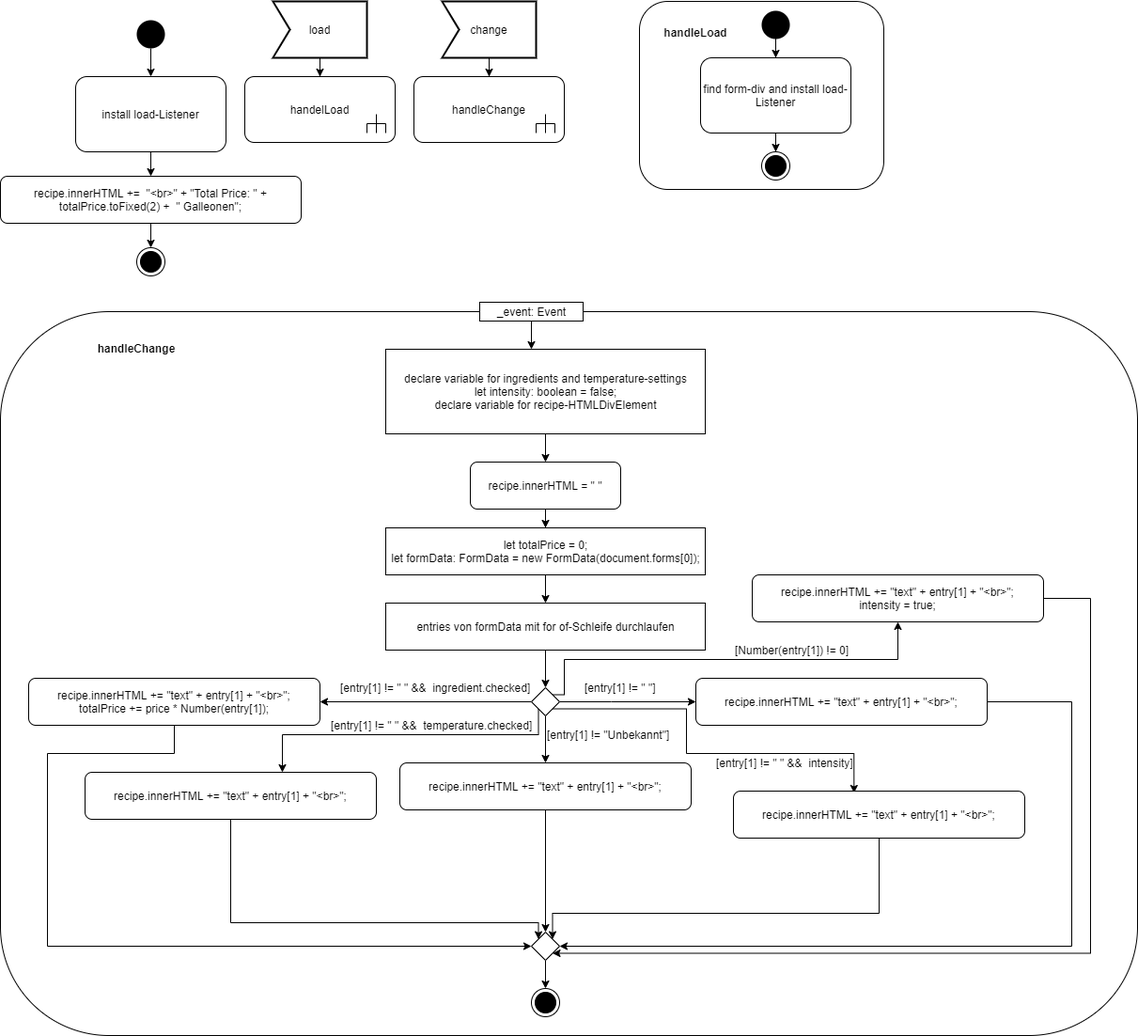
This is Task_L03/Activitydiagram.png from breitjacqueline/EIA2, a draw.io export, as it was before one commit. Source tidied: cells renumbered, new cells last; positions are measured from the earlier drawing's top-left corner, leaving out a move shared by most shapes.
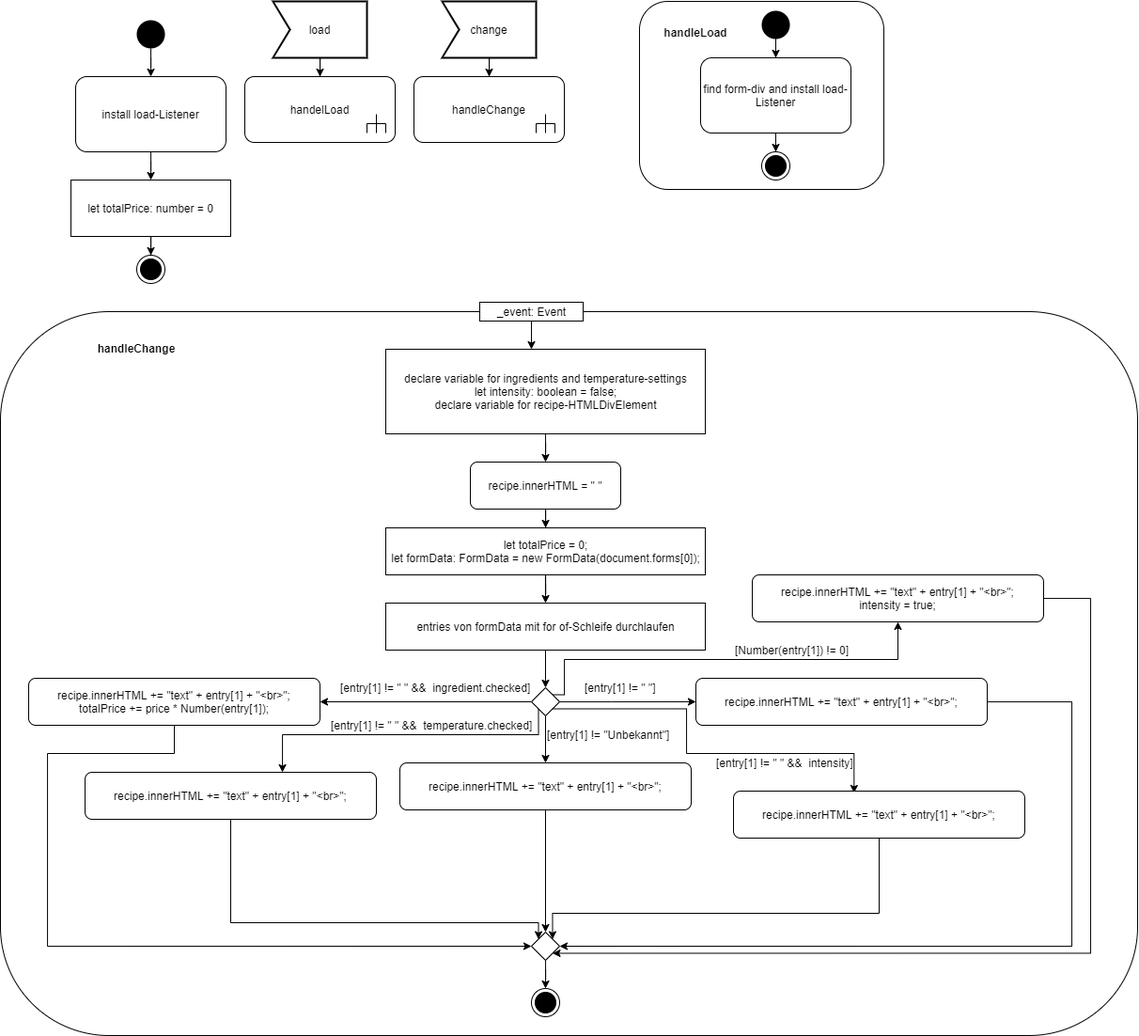
After the change.

Diff of the diagram source:
```diff
@@ -14,7 +14,7 @@
     <mxCell id="5" style="ellipse;fillColor=#000000;strokeColor=none;" parent="1" vertex="1">
       <mxGeometry x="145" y="20" width="30" height="30" as="geometry" />
     </mxCell>
-    <mxCell id="6" style="edgeStyle=orthogonalEdgeStyle;rounded=0;jettySize=auto;html=1;entryX=0.5;entryY=0;entryDx=0;entryDy=0;" parent="1" edge="1" source="7" target="62">
+    <mxCell id="6" style="edgeStyle=orthogonalEdgeStyle;rounded=0;jettySize=auto;html=1;entryX=0.5;entryY=0;entryDx=0;entryDy=0;" parent="1" edge="1" source="7" target="65">
       <mxGeometry relative="1" as="geometry" />
     </mxCell>
     <mxCell id="7" value="install load-Listener" style="shape=rect;html=1;rounded=1;whiteSpace=wrap;align=center;" parent="1" vertex="1">
@@ -240,14 +240,14 @@
     <mxCell id="60" style="ellipse;html=1;shape=endState;fillColor=#000000;" parent="1" vertex="1">
       <mxGeometry x="810" y="160" width="30" height="30" as="geometry" />
     </mxCell>
-    <mxCell id="61" style="edgeStyle=orthogonalEdgeStyle;rounded=0;jettySize=auto;html=1;entryX=0.5;entryY=0;entryDx=0;entryDy=0;" parent="1" edge="1" source="62" target="63">
-      <mxGeometry relative="1" as="geometry" />
-    </mxCell>
-    <mxCell id="62" value="recipe.innerHTML +=&amp;nbsp; &quot;&amp;lt;br&amp;gt;&quot; + &quot;Total Price: &quot; + totalPrice.toFixed(2) +&amp;nbsp; &quot; Galleonen&quot;;" style="shape=rect;html=1;rounded=1;whiteSpace=wrap;align=center;" parent="1" vertex="1">
-      <mxGeometry y="186" width="320" height="50" as="geometry" />
-    </mxCell>
     <mxCell id="63" style="ellipse;html=1;shape=endState;fillColor=#000000;" parent="1" vertex="1">
-      <mxGeometry x="145" y="262" width="30" height="30" as="geometry" />
+      <mxGeometry x="145" y="270" width="30" height="30" as="geometry" />
     </mxCell>
+    <mxCell id="64" style="edgeStyle=orthogonalEdgeStyle;rounded=0;jettySize=auto;html=1;entryX=0.5;entryY=0;entryDx=0;entryDy=0;" parent="1" edge="1" source="65" target="63">
+      <mxGeometry relative="1" as="geometry" />
+    </mxCell>
+    <mxCell id="65" value="let totalPrice: number = 0" style="rounded=0;whiteSpace=wrap;html=1;" parent="1" vertex="1">
+      <mxGeometry x="75" y="190" width="170" height="60" as="geometry" />
+    </mxCell>
   </root>
 </mxGraphModel>
```
